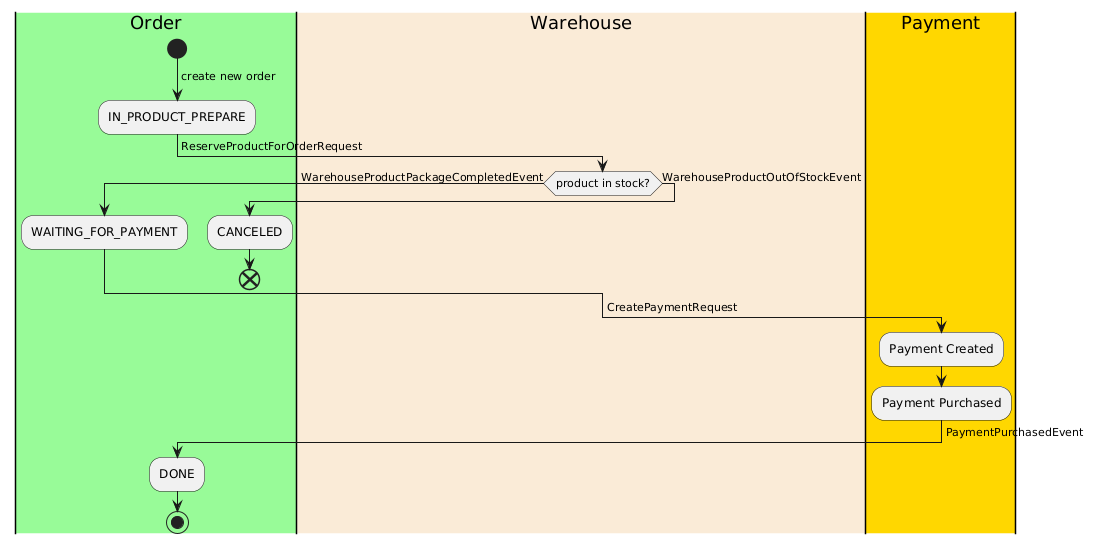
This is doc/fruits-ordering-flow.png from hvhai/modulith-project, a PlantUML export, as it was before one commit. Its diagram source:
```plantuml
@startuml
|#palegreen|Order|
start
-> create new order;
:IN_PRODUCT_PREPARE;
|#AntiqueWhite|Warehouse|
-> ReserveProductForOrderRequest;

if (product in stock?) is (WarehouseProductPackageCompletedEvent) then
|#palegreen|Order|
:WAITING_FOR_PAYMENT;
else (WarehouseProductOutOfStockEvent)
|#palegreen|Order|
:CANCELED;
end
endif

|#gold|Payment|
-> CreatePaymentRequest;
:Payment Created;
:Payment Purchased;
|#palegreen|Order|
-> PaymentPurchasedEvent;
:DONE;
stop
@enduml
```
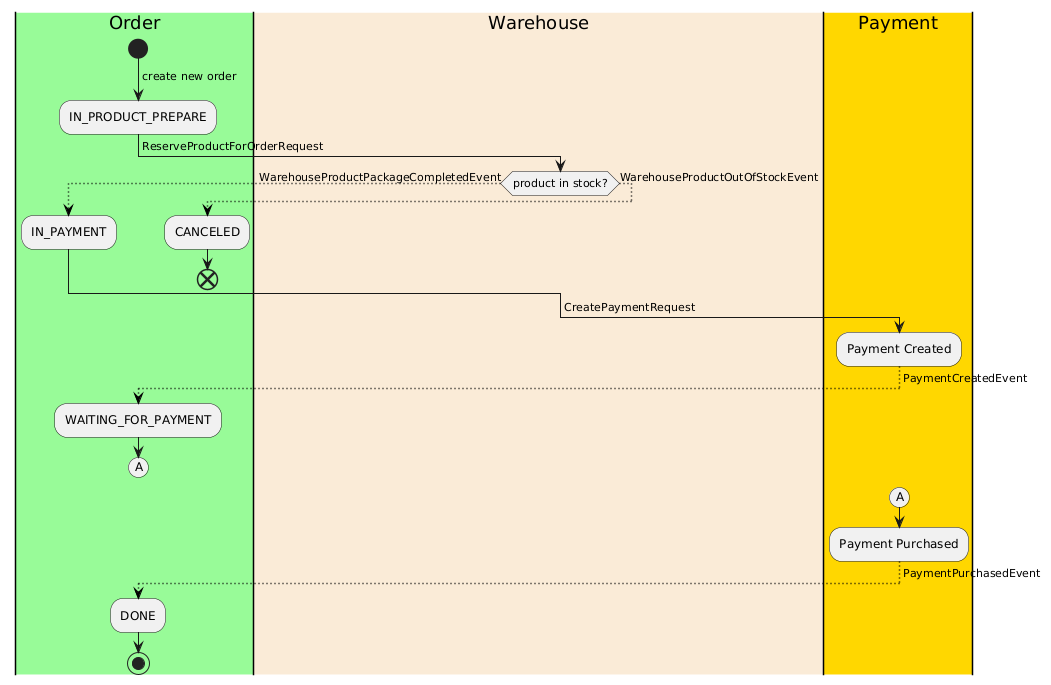
The same file after the commit.

The edit, as a diff of the source:
```diff
@@ -7,20 +7,32 @@
 -> ReserveProductForOrderRequest;
 
 if (product in stock?) is (WarehouseProductPackageCompletedEvent) then
-|#palegreen|Order|
-:WAITING_FOR_PAYMENT;
+    |#palegreen|Order|
+    -[#black,dotted]->
+    :IN_PAYMENT;
 else (WarehouseProductOutOfStockEvent)
-|#palegreen|Order|
-:CANCELED;
-end
+    |#palegreen|Order|
+    -[#black,dotted]->
+    :CANCELED;
+    end
 endif
+
 
 |#gold|Payment|
 -> CreatePaymentRequest;
 :Payment Created;
+
+|#palegreen|Order|
+-[#black,dotted]-> PaymentCreatedEvent;
+:WAITING_FOR_PAYMENT;
+(A)
+detach
+
+|#gold|Payment|
+(A)
 :Payment Purchased;
 |#palegreen|Order|
--> PaymentPurchasedEvent;
+-[#black,dotted]-> PaymentPurchasedEvent;
 :DONE;
 stop
 @enduml
```
